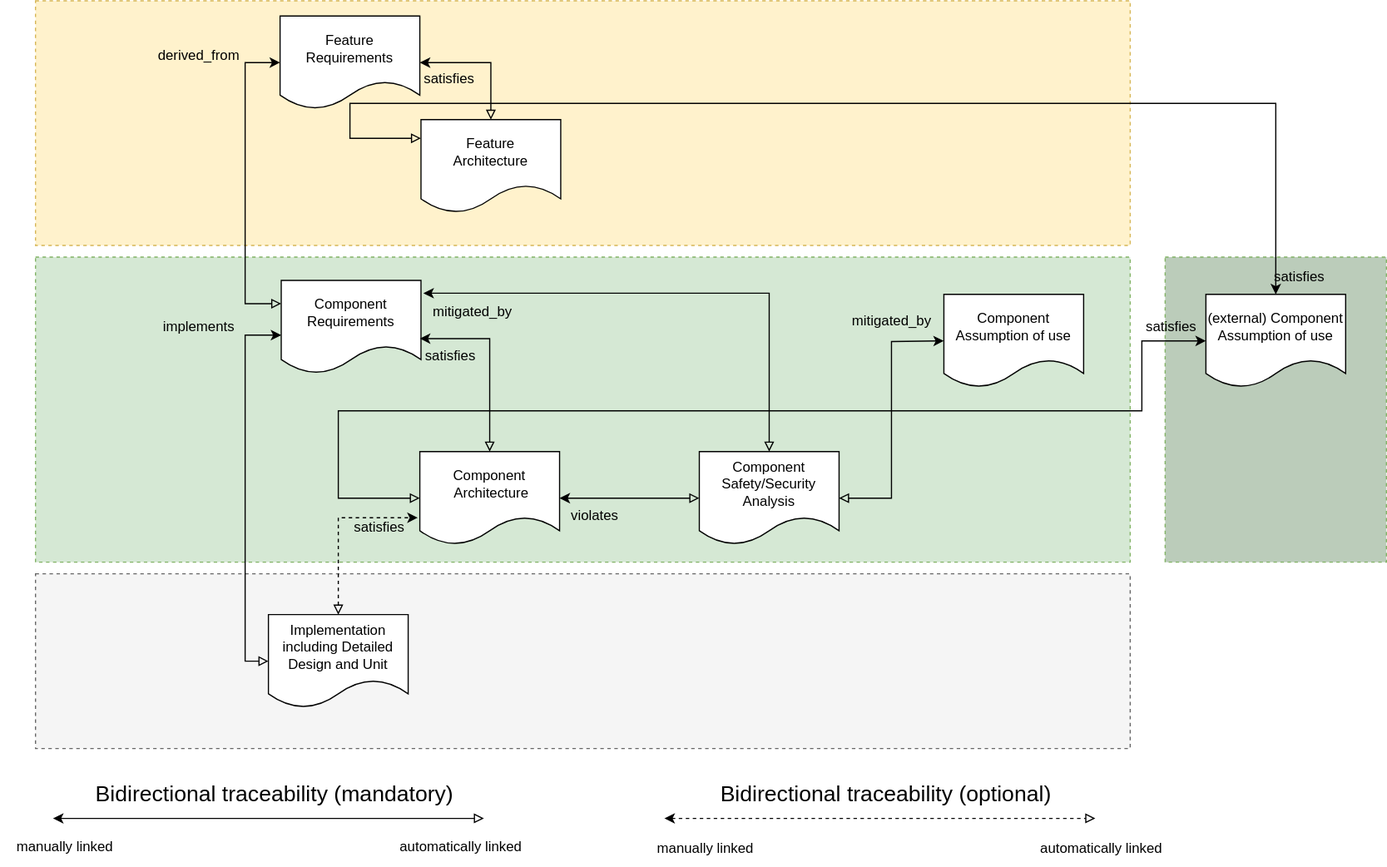
This is pr-621/_images/score_traceability_model_cmp_overview_1.drawio.svg from eclipse-score/process_description, a draw.io export, as it was before one commit. Source tidied: cells renumbered, new cells last; positions are measured from the earlier drawing's top-left corner, leaving out a move shared by most shapes.
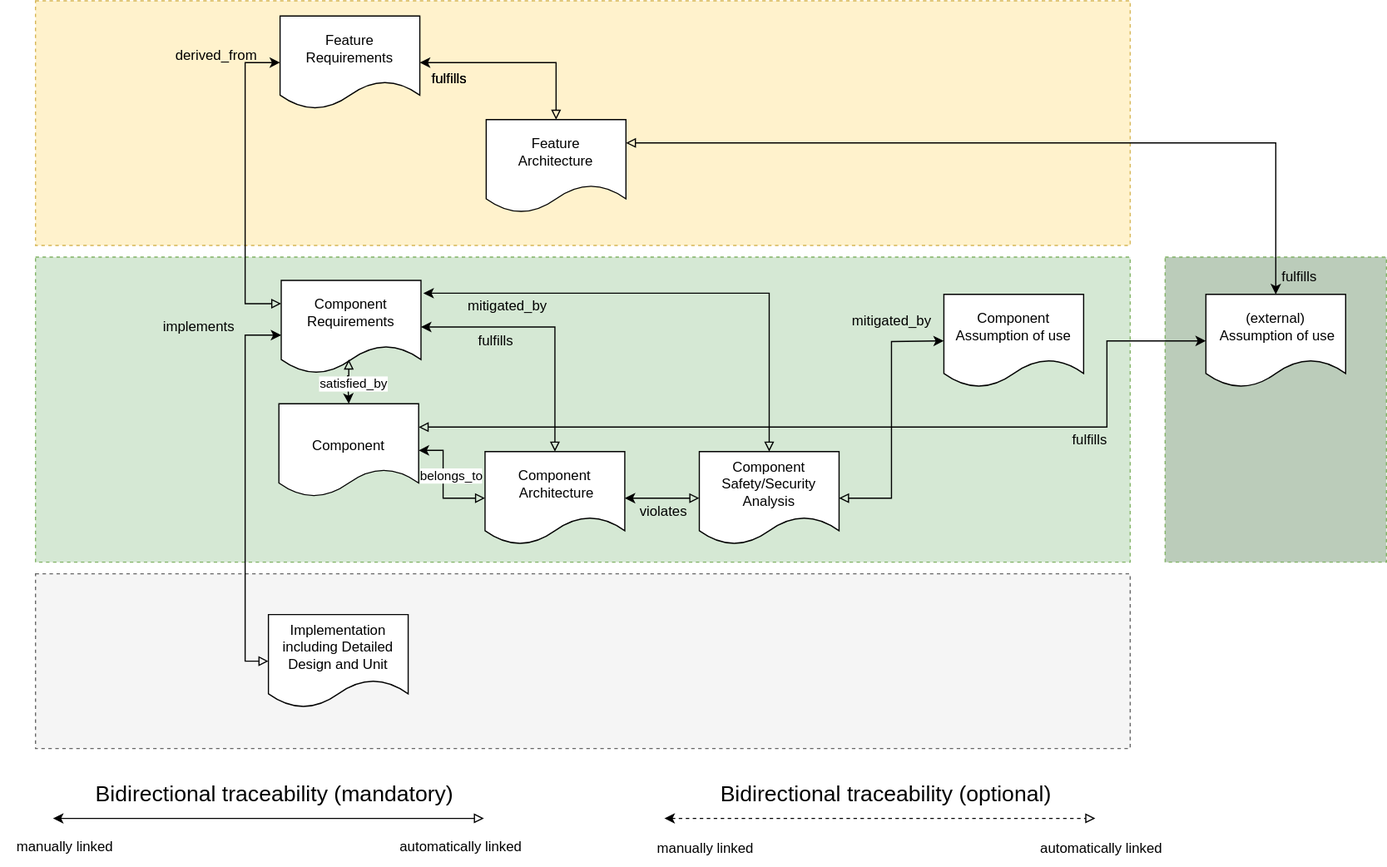
The same file after the commit.

Change to the diagram source:
```diff
@@ -33,7 +33,7 @@
       <mxGeometry x="241" y="240" width="120" height="80" as="geometry" />
     </mxCell>
     <mxCell id="9" value="&lt;br&gt;&lt;br&gt;Component&lt;br&gt;&amp;nbsp;Architecture&lt;br&gt;&lt;br&gt;&lt;br&gt;" style="shape=document;whiteSpace=wrap;html=1;boundedLbl=1;" parent="1" vertex="1">
-      <mxGeometry x="360" y="387" width="120" height="80" as="geometry" />
+      <mxGeometry x="416" y="387" width="120" height="80" as="geometry" />
     </mxCell>
     <mxCell id="10" style="edgeStyle=orthogonalEdgeStyle;rounded=0;jettySize=auto;html=1;entryX=1;entryY=0.5;entryDx=0;entryDy=0;exitX=0.5;exitY=0;exitDx=0;exitDy=0;startArrow=block;startFill=0;" parent="1" edge="1" source="14" target="5">
       <mxGeometry relative="1" as="geometry" />
@@ -50,7 +50,7 @@
       </mxGeometry>
     </mxCell>
     <mxCell id="14" value="Feature&lt;br&gt;Architecture" style="shape=document;whiteSpace=wrap;html=1;boundedLbl=1;" parent="1" vertex="1">
-      <mxGeometry x="361" y="102" width="120" height="80" as="geometry" />
+      <mxGeometry x="417" y="102" width="120" height="80" as="geometry" />
     </mxCell>
     <mxCell id="15" value="&lt;div style=&quot;font-family: Consolas, &amp;quot;Courier New&amp;quot;, monospace; line-height: 19px;&quot;&gt;&lt;br&gt;&lt;/div&gt;" style="text;html=1;align=center;verticalAlign=middle;strokeColor=none;fillColor=none;fontSize=6;fontColor=#000000;" parent="1" vertex="1">
       <mxGeometry x="285" y="48" width="20" height="30" as="geometry" />
@@ -58,27 +58,22 @@
     <mxCell id="16" style="rounded=0;whiteSpace=wrap;html=1;dashed=1;fillColor=#BBCCBA;strokeColor=#82b366;" parent="1" vertex="1">
       <mxGeometry x="1000" y="220" width="190" height="262" as="geometry" />
     </mxCell>
-    <mxCell id="17" style="edgeStyle=orthogonalEdgeStyle;rounded=0;orthogonalLoop=1;jettySize=auto;html=1;entryX=0;entryY=0.25;entryDx=0;entryDy=0;fontSize=19;startArrow=classic;startFill=1;endArrow=block;endFill=0;" parent="1" edge="1">
+    <mxCell id="17" style="edgeStyle=orthogonalEdgeStyle;rounded=0;jettySize=auto;html=1;entryX=1;entryY=0.25;entryDx=0;entryDy=0;fontSize=19;startArrow=classic;startFill=1;endArrow=block;endFill=0;" parent="1" edge="1" target="14">
       <mxGeometry relative="1" as="geometry">
         <mxPoint x="1095" y="252" as="sourcePoint" />
-        <mxPoint x="361" y="118" as="targetPoint" />
         <Array as="points">
-          <mxPoint x="1095" y="88" />
-          <mxPoint x="300" y="88" />
-          <mxPoint x="300" y="118" />
+          <mxPoint x="1095" y="122" />
         </Array>
       </mxGeometry>
     </mxCell>
-    <mxCell id="18" value="(external) Component Assumption of use" style="shape=document;whiteSpace=wrap;html=1;boundedLbl=1;" parent="1" vertex="1">
+    <mxCell id="18" value="(external)&lt;br&gt;&amp;nbsp;Assumption of use" style="shape=document;whiteSpace=wrap;html=1;boundedLbl=1;" parent="1" vertex="1">
       <mxGeometry x="1035" y="252" width="120" height="80" as="geometry" />
     </mxCell>
-    <mxCell id="19" style="edgeStyle=orthogonalEdgeStyle;rounded=0;jettySize=auto;html=1;exitX=0;exitY=0.5;exitDx=0;exitDy=0;startArrow=block;startFill=0;entryX=0;entryY=0.5;entryDx=0;entryDy=0;" parent="1" edge="1" source="9" target="18">
+    <mxCell id="19" style="edgeStyle=orthogonalEdgeStyle;rounded=0;jettySize=auto;html=1;startArrow=block;startFill=0;entryX=0;entryY=0.5;entryDx=0;entryDy=0;exitX=1;exitY=0.25;exitDx=0;exitDy=0;" parent="1" edge="1" source="45" target="18">
       <mxGeometry relative="1" as="geometry">
         <Array as="points">
-          <mxPoint x="290" y="427" />
-          <mxPoint x="290" y="352" />
-          <mxPoint x="980" y="352" />
-          <mxPoint x="980" y="292" />
+          <mxPoint x="950" y="366" />
+          <mxPoint x="950" y="292" />
         </Array>
       </mxGeometry>
     </mxCell>
@@ -88,23 +83,22 @@
     <mxCell id="21" style="edgeStyle=orthogonalEdgeStyle;rounded=0;jettySize=auto;html=1;startArrow=block;startFill=0;exitX=0;exitY=0.5;exitDx=0;exitDy=0;entryX=0;entryY=0.588;entryDx=0;entryDy=0;entryPerimeter=0;endArrow=classic;endFill=1;" parent="1" edge="1" source="23" target="8">
       <mxGeometry relative="1" as="geometry" />
     </mxCell>
-    <mxCell id="22" style="edgeStyle=orthogonalEdgeStyle;rounded=0;jettySize=auto;html=1;entryX=-0.015;entryY=0.71;entryDx=0;entryDy=0;exitX=0.5;exitY=0;exitDx=0;exitDy=0;startArrow=block;startFill=0;entryPerimeter=0;dashed=1;" parent="1" edge="1" source="23" target="9">
-      <mxGeometry x="0.31" relative="1" as="geometry">
-        <Array as="points">
-          <mxPoint x="290" y="444" />
-        </Array>
-      </mxGeometry>
-    </mxCell>
     <mxCell id="23" value="Implementation&lt;br&gt;including Detailed Design and Unit" style="shape=document;whiteSpace=wrap;html=1;boundedLbl=1;" parent="1" vertex="1">
       <mxGeometry x="230" y="527" width="120" height="80" as="geometry" />
     </mxCell>
-    <mxCell id="24" style="edgeStyle=orthogonalEdgeStyle;rounded=0;jettySize=auto;html=1;entryX=0.992;entryY=0.625;entryDx=0;entryDy=0;entryPerimeter=0;exitX=0.5;exitY=0;exitDx=0;exitDy=0;startArrow=block;startFill=0;" parent="1" edge="1" source="9" target="8">
+    <mxCell id="24" style="edgeStyle=orthogonalEdgeStyle;rounded=0;jettySize=auto;html=1;entryX=1;entryY=0.5;entryDx=0;entryDy=0;exitX=0;exitY=0.5;exitDx=0;exitDy=0;startArrow=block;startFill=0;" parent="1" edge="1" source="9" target="45">
       <mxGeometry relative="1" as="geometry">
         <Array as="points">
-          <mxPoint x="420" y="290" />
+          <mxPoint x="380" y="427" />
+          <mxPoint x="380" y="386" />
         </Array>
       </mxGeometry>
     </mxCell>
+    <mxCell id="43" value="belongs_to" style="edgeLabel;html=1;align=center;verticalAlign=middle;" parent="24" vertex="1">
+      <mxGeometry x="0.14" y="1" relative="1" as="geometry">
+        <mxPoint x="7" as="offset" />
+      </mxGeometry>
+    </mxCell>
     <mxCell id="25" style="edgeStyle=orthogonalEdgeStyle;rounded=0;orthogonalLoop=1;jettySize=auto;html=1;startArrow=classic;startFill=1;endArrow=block;endFill=0;" parent="1" edge="1">
       <mxGeometry x="0.38" y="5" relative="1" as="geometry">
         <mxPoint x="45" y="702" as="sourcePoint" />
@@ -144,32 +138,49 @@
     <mxCell id="33" value="implements" style="text;html=1;align=center;verticalAlign=middle;strokeColor=none;fillColor=none;" parent="1" vertex="1">
       <mxGeometry x="130" y="265" width="80" height="30" as="geometry" />
     </mxCell>
-    <mxCell id="34" value="satisfies" style="text;html=1;align=center;verticalAlign=middle;strokeColor=none;fillColor=none;" parent="1" vertex="1">
-      <mxGeometry x="290" y="437" width="70" height="30" as="geometry" />
-    </mxCell>
-    <mxCell id="35" value="satisfies" style="text;html=1;align=center;verticalAlign=middle;strokeColor=none;fillColor=none;" parent="1" vertex="1">
-      <mxGeometry x="351" y="290" width="70" height="30" as="geometry" />
-    </mxCell>
-    <mxCell id="36" value="satisfies" style="text;html=1;align=center;verticalAlign=middle;strokeColor=none;fillColor=none;" parent="1" vertex="1">
-      <mxGeometry x="970" y="265" width="70" height="30" as="geometry" />
+    <mxCell id="36" value="fulfills" style="text;html=1;align=center;verticalAlign=middle;strokeColor=none;fillColor=none;" parent="1" vertex="1">
+      <mxGeometry x="910" y="362" width="50" height="30" as="geometry" />
     </mxCell>
-    <mxCell id="37" value="satisfies" style="text;html=1;align=center;verticalAlign=middle;strokeColor=none;fillColor=none;" parent="1" vertex="1">
-      <mxGeometry x="1080" y="222" width="70" height="30" as="geometry" />
+    <mxCell id="37" value="fulfills" style="text;html=1;align=center;verticalAlign=middle;strokeColor=none;fillColor=none;" parent="1" vertex="1">
+      <mxGeometry x="1090" y="222" width="50" height="30" as="geometry" />
     </mxCell>
-    <mxCell id="38" value="satisfies" style="text;html=1;align=center;verticalAlign=middle;strokeColor=none;fillColor=none;" parent="1" vertex="1">
-      <mxGeometry x="350" y="52" width="70" height="30" as="geometry" />
+    <mxCell id="38" value="fulfills" style="text;html=1;align=center;verticalAlign=middle;strokeColor=none;fillColor=none;" parent="1" vertex="1">
+      <mxGeometry x="360" y="52" width="50" height="30" as="geometry" />
     </mxCell>
-    <mxCell id="39" value="derived_from" style="text;html=1;align=center;verticalAlign=middle;strokeColor=none;fillColor=none;" parent="1" vertex="1">
-      <mxGeometry x="125" y="32" width="90" height="30" as="geometry" />
-    </mxCell>
     <mxCell id="40" value="violates" style="text;html=1;align=center;verticalAlign=middle;strokeColor=none;fillColor=none;" parent="1" vertex="1">
-      <mxGeometry x="480" y="427" width="60" height="30" as="geometry" />
+      <mxGeometry x="539" y="424" width="60" height="30" as="geometry" />
     </mxCell>
     <mxCell id="41" value="mitigated_by" style="text;html=1;align=center;verticalAlign=middle;strokeColor=none;fillColor=none;" parent="1" vertex="1">
       <mxGeometry x="720" y="260" width="90" height="30" as="geometry" />
     </mxCell>
+    <mxCell id="39" value="derived_from" style="text;html=1;align=center;verticalAlign=middle;strokeColor=none;fillColor=none;" parent="1" vertex="1">
+      <mxGeometry x="140" y="32" width="90" height="30" as="geometry" />
+    </mxCell>
+    <mxCell id="44" value="fulfills" style="text;html=1;align=center;verticalAlign=middle;strokeColor=none;fillColor=none;" parent="1" vertex="1">
+      <mxGeometry x="360" y="52" width="50" height="30" as="geometry" />
+    </mxCell>
     <mxCell id="42" value="mitigated_by" style="text;html=1;align=center;verticalAlign=middle;strokeColor=none;fillColor=none;" parent="1" vertex="1">
-      <mxGeometry x="360" y="252" width="90" height="30" as="geometry" />
+      <mxGeometry x="390" y="247" width="90" height="30" as="geometry" />
     </mxCell>
+    <mxCell id="45" value="&lt;br&gt;&lt;br&gt;Component&lt;br&gt;&lt;br&gt;" style="shape=document;whiteSpace=wrap;html=1;boundedLbl=1;" parent="1" vertex="1">
+      <mxGeometry x="239" y="346" width="120" height="80" as="geometry" />
+    </mxCell>
+    <mxCell id="46" style="edgeStyle=orthogonalEdgeStyle;rounded=0;jettySize=auto;html=1;entryX=0.5;entryY=0;entryDx=0;entryDy=0;exitX=0.483;exitY=0.85;exitDx=0;exitDy=0;startArrow=block;startFill=0;exitPerimeter=0;" parent="1" edge="1" source="8" target="45">
+      <mxGeometry relative="1" as="geometry">
+        <Array as="points">
+          <mxPoint x="299" y="322" />
+          <mxPoint x="298" y="322" />
+        </Array>
+      </mxGeometry>
+    </mxCell>
+    <mxCell id="47" value="satisfied_by" style="edgeLabel;html=1;align=center;verticalAlign=middle;" parent="46" vertex="1">
+      <mxGeometry x="0.15" y="4" relative="1" as="geometry" />
+    </mxCell>
+    <mxCell id="48" style="edgeStyle=orthogonalEdgeStyle;rounded=0;jettySize=auto;html=1;exitX=0.5;exitY=0;exitDx=0;exitDy=0;startArrow=block;startFill=0;entryX=1;entryY=0.5;entryDx=0;entryDy=0;" parent="1" edge="1" source="9" target="8">
+      <mxGeometry relative="1" as="geometry" />
+    </mxCell>
+    <mxCell id="49" value="fulfills" style="text;html=1;align=center;verticalAlign=middle;strokeColor=none;fillColor=none;" parent="1" vertex="1">
+      <mxGeometry x="400" y="277" width="50" height="30" as="geometry" />
+    </mxCell>
   </root>
 </mxGraphModel>
```
